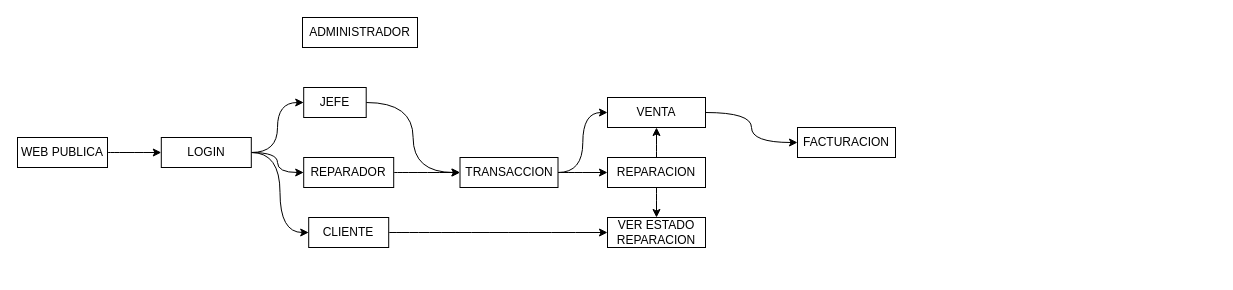
SOFT-cRONOS/RepaReg keeps this draw.io diagram as funciones_programa.drawio. Above is the earlier version. Source tidied: cells renumbered, new cells numbered last; positions are measured from the earlier drawing's top-left corner, leaving out a move shared by most shapes. Both pictures are drawn from the tidied source at 100%, with x=0, y=0 at pixel (17, 17).
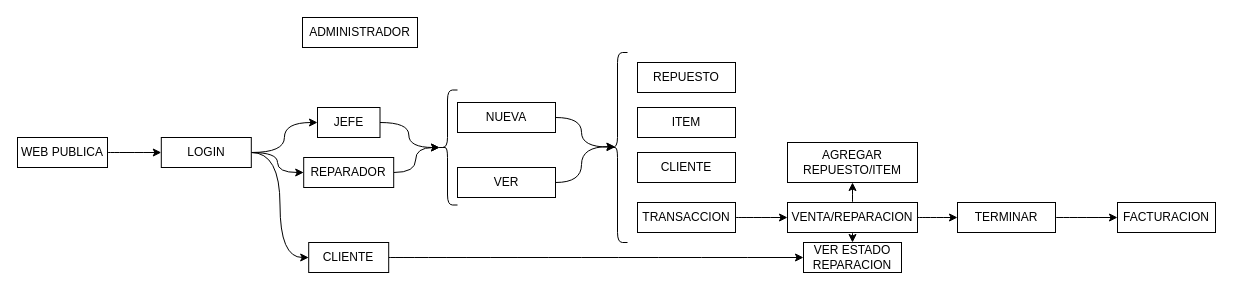
After the change.

Unchanged cells that the change refers to:
```xml
<mxCell id="9" value="REPARADOR" style="rounded=0;whiteSpace=wrap;html=1;" parent="1" vertex="1">
  <mxGeometry x="286.2" y="140" width="90" height="30" as="geometry" />
</mxCell>
```

The edit, as a diff of the source:
```diff
@@
     <mxCell id="7" value="CLIENTE" style="rounded=0;whiteSpace=wrap;html=1;" parent="1" vertex="1">
-      <mxGeometry x="291.2" y="200" width="80" height="30" as="geometry" />
+      <mxGeometry x="291.2" y="225" width="80" height="30" as="geometry" />
     </mxCell>
-    <mxCell id="8" style="edgeStyle=orthogonalEdgeStyle;shape=connector;curved=1;rounded=0;jettySize=auto;html=1;exitX=1;exitY=0.5;exitDx=0;exitDy=0;entryX=0;entryY=0.5;entryDx=0;entryDy=0;labelBackgroundColor=default;strokeColor=default;fontFamily=Helvetica;fontSize=11;fontColor=default;endArrow=classic;" parent="1" edge="1" source="9" target="17">
-      <mxGeometry relative="1" as="geometry" />
-    </mxCell>
+    <mxCell id="25" style="edgeStyle=orthogonalEdgeStyle;shape=connector;curved=1;rounded=0;jettySize=auto;html=1;exitX=1;exitY=0.5;exitDx=0;exitDy=0;labelBackgroundColor=default;strokeColor=default;fontFamily=Helvetica;fontSize=11;fontColor=default;endArrow=classic;entryX=0.1;entryY=0.5;entryDx=0;entryDy=0;entryPerimeter=0;" parent="1" edge="1" source="9" target="40">
+      <mxGeometry relative="1" as="geometry" />
+    </mxCell>
@@
-    <mxCell id="11" style="edgeStyle=orthogonalEdgeStyle;shape=connector;curved=1;rounded=0;jettySize=auto;html=1;exitX=1;exitY=0.5;exitDx=0;exitDy=0;entryX=0;entryY=0.5;entryDx=0;entryDy=0;labelBackgroundColor=default;strokeColor=default;fontFamily=Helvetica;fontSize=11;fontColor=default;endArrow=classic;" parent="1" edge="1" source="12" target="17">
-      <mxGeometry relative="1" as="geometry" />
-    </mxCell>
+    <mxCell id="26" style="edgeStyle=orthogonalEdgeStyle;shape=connector;curved=1;rounded=0;jettySize=auto;html=1;exitX=1;exitY=0.5;exitDx=0;exitDy=0;entryX=0.1;entryY=0.5;entryDx=0;entryDy=0;entryPerimeter=0;labelBackgroundColor=default;strokeColor=default;fontFamily=Helvetica;fontSize=11;fontColor=default;endArrow=classic;" parent="1" edge="1" source="12" target="40">
+      <mxGeometry relative="1" as="geometry" />
+    </mxCell>
     <mxCell id="12" value="JEFE" style="rounded=0;whiteSpace=wrap;html=1;" parent="1" vertex="1">
-      <mxGeometry x="286.2" y="70" width="62.5" height="30" as="geometry" />
+      <mxGeometry x="300" y="90" width="62.5" height="30" as="geometry" />
     </mxCell>
@@
-    <mxCell id="15" style="edgeStyle=orthogonalEdgeStyle;shape=connector;curved=1;rounded=0;jettySize=auto;html=1;exitX=1;exitY=0.5;exitDx=0;exitDy=0;entryX=0;entryY=0.5;entryDx=0;entryDy=0;labelBackgroundColor=default;strokeColor=default;fontFamily=Helvetica;fontSize=11;fontColor=default;endArrow=classic;" parent="1" edge="1" source="17" target="24">
+    <mxCell id="15" style="edgeStyle=orthogonalEdgeStyle;shape=connector;curved=1;rounded=0;jettySize=auto;html=1;entryX=0;entryY=0.5;entryDx=0;entryDy=0;labelBackgroundColor=default;strokeColor=default;fontFamily=Helvetica;fontSize=11;fontColor=default;endArrow=classic;" parent="1" edge="1" source="17" target="24">
       <mxGeometry relative="1" as="geometry" />
     </mxCell>
-    <mxCell id="16" style="edgeStyle=orthogonalEdgeStyle;shape=connector;curved=1;rounded=0;jettySize=auto;html=1;exitX=1;exitY=0.5;exitDx=0;exitDy=0;entryX=0;entryY=0.5;entryDx=0;entryDy=0;labelBackgroundColor=default;strokeColor=default;fontFamily=Helvetica;fontSize=11;fontColor=default;endArrow=classic;" parent="1" edge="1" source="17" target="19">
-      <mxGeometry relative="1" as="geometry" />
-    </mxCell>
     <mxCell id="17" value="TRANSACCION" style="rounded=0;whiteSpace=wrap;html=1;" parent="1" vertex="1">
-      <mxGeometry x="442.5" y="140" width="98" height="30" as="geometry" />
+      <mxGeometry x="620" y="185" width="98" height="30" as="geometry" />
     </mxCell>
-    <mxCell id="18" style="edgeStyle=orthogonalEdgeStyle;shape=connector;curved=1;rounded=0;jettySize=auto;html=1;exitX=1;exitY=0.5;exitDx=0;exitDy=0;entryX=0;entryY=0.5;entryDx=0;entryDy=0;labelBackgroundColor=default;strokeColor=default;fontFamily=Helvetica;fontSize=11;fontColor=default;endArrow=classic;" parent="1" edge="1" source="19" target="21">
-      <mxGeometry relative="1" as="geometry" />
-    </mxCell>
-    <mxCell id="19" value="VENTA" style="rounded=0;whiteSpace=wrap;html=1;" parent="1" vertex="1">
-      <mxGeometry x="590" y="80" width="98" height="30" as="geometry" />
-    </mxCell>
     <mxCell id="20" value="VER ESTADO REPARACION" style="rounded=0;whiteSpace=wrap;html=1;" parent="1" vertex="1">
-      <mxGeometry x="590" y="200" width="98" height="30" as="geometry" />
+      <mxGeometry x="786" y="225" width="98" height="30" as="geometry" />
     </mxCell>
     <mxCell id="21" value="FACTURACION" style="rounded=0;whiteSpace=wrap;html=1;" parent="1" vertex="1">
-      <mxGeometry x="780" y="110" width="98" height="30" as="geometry" />
+      <mxGeometry x="1100" y="185" width="98" height="30" as="geometry" />
     </mxCell>
@@
-    <mxCell id="23" style="edgeStyle=orthogonalEdgeStyle;shape=connector;curved=1;rounded=0;jettySize=auto;html=1;exitX=0.5;exitY=0;exitDx=0;exitDy=0;entryX=0.5;entryY=1;entryDx=0;entryDy=0;labelBackgroundColor=default;strokeColor=default;fontFamily=Helvetica;fontSize=11;fontColor=default;endArrow=classic;" parent="1" edge="1" source="24" target="19">
-      <mxGeometry relative="1" as="geometry" />
-    </mxCell>
+    <mxCell id="27" style="edgeStyle=orthogonalEdgeStyle;shape=connector;curved=1;rounded=0;jettySize=auto;html=1;exitX=1;exitY=0.5;exitDx=0;exitDy=0;entryX=0;entryY=0.5;entryDx=0;entryDy=0;labelBackgroundColor=default;strokeColor=default;fontFamily=Helvetica;fontSize=11;fontColor=default;endArrow=classic;" parent="1" edge="1" source="24" target="34">
+      <mxGeometry relative="1" as="geometry" />
+    </mxCell>
+    <mxCell id="28" style="edgeStyle=orthogonalEdgeStyle;shape=connector;curved=1;rounded=0;jettySize=auto;html=1;exitX=0.5;exitY=0;exitDx=0;exitDy=0;entryX=0.5;entryY=1;entryDx=0;entryDy=0;labelBackgroundColor=default;strokeColor=default;fontFamily=Helvetica;fontSize=11;fontColor=default;endArrow=classic;" parent="1" edge="1" source="24" target="35">
+      <mxGeometry relative="1" as="geometry" />
+    </mxCell>
-    <mxCell id="24" value="REPARACION" style="rounded=0;whiteSpace=wrap;html=1;" parent="1" vertex="1">
-      <mxGeometry x="590" y="140" width="98" height="30" as="geometry" />
+    <mxCell id="24" value="VENTA/REPARACION" style="rounded=0;whiteSpace=wrap;html=1;" parent="1" vertex="1">
+      <mxGeometry x="770" y="185" width="130" height="30" as="geometry" />
     </mxCell>
+    <mxCell id="29" style="edgeStyle=orthogonalEdgeStyle;shape=connector;curved=1;rounded=0;jettySize=auto;html=1;exitX=1;exitY=0.5;exitDx=0;exitDy=0;entryX=0.379;entryY=0.498;entryDx=0;entryDy=0;entryPerimeter=0;labelBackgroundColor=default;strokeColor=default;fontFamily=Helvetica;fontSize=11;fontColor=default;endArrow=classic;" parent="1" edge="1" source="30" target="39">
+      <mxGeometry relative="1" as="geometry" />
+    </mxCell>
+    <mxCell id="30" value="NUEVA" style="rounded=0;whiteSpace=wrap;html=1;" parent="1" vertex="1">
+      <mxGeometry x="440" y="85" width="98" height="30" as="geometry" />
+    </mxCell>
+    <mxCell id="31" style="edgeStyle=orthogonalEdgeStyle;shape=connector;curved=1;rounded=0;jettySize=auto;html=1;exitX=1;exitY=0.5;exitDx=0;exitDy=0;labelBackgroundColor=default;strokeColor=default;fontFamily=Helvetica;fontSize=11;fontColor=default;endArrow=classic;entryX=0.37;entryY=0.495;entryDx=0;entryDy=0;entryPerimeter=0;" parent="1" edge="1" source="32" target="39">
+      <mxGeometry relative="1" as="geometry" />
+    </mxCell>
+    <mxCell id="32" value="VER" style="rounded=0;whiteSpace=wrap;html=1;" parent="1" vertex="1">
+      <mxGeometry x="440" y="150" width="98" height="30" as="geometry" />
+    </mxCell>
+    <mxCell id="33" style="edgeStyle=orthogonalEdgeStyle;shape=connector;curved=1;rounded=0;jettySize=auto;html=1;exitX=1;exitY=0.5;exitDx=0;exitDy=0;entryX=0;entryY=0.5;entryDx=0;entryDy=0;labelBackgroundColor=default;strokeColor=default;fontFamily=Helvetica;fontSize=11;fontColor=default;endArrow=classic;" parent="1" edge="1" source="34" target="21">
+      <mxGeometry relative="1" as="geometry" />
+    </mxCell>
+    <mxCell id="34" value="TERMINAR" style="rounded=0;whiteSpace=wrap;html=1;" parent="1" vertex="1">
+      <mxGeometry x="940" y="185" width="98" height="30" as="geometry" />
+    </mxCell>
+    <mxCell id="35" value="AGREGAR REPUESTO/ITEM" style="rounded=0;whiteSpace=wrap;html=1;" parent="1" vertex="1">
+      <mxGeometry x="770" y="125" width="130" height="40" as="geometry" />
+    </mxCell>
+    <mxCell id="36" value="CLIENTE" style="rounded=0;whiteSpace=wrap;html=1;" parent="1" vertex="1">
+      <mxGeometry x="620" y="135" width="98" height="30" as="geometry" />
+    </mxCell>
+    <mxCell id="37" value="ITEM" style="rounded=0;whiteSpace=wrap;html=1;" parent="1" vertex="1">
+      <mxGeometry x="620" y="90" width="98" height="30" as="geometry" />
+    </mxCell>
+    <mxCell id="38" value="REPUESTO" style="rounded=0;whiteSpace=wrap;html=1;" parent="1" vertex="1">
+      <mxGeometry x="620" y="45" width="98" height="30" as="geometry" />
+    </mxCell>
+    <mxCell id="39" style="shape=curlyBracket;whiteSpace=wrap;html=1;rounded=1;labelPosition=left;verticalLabelPosition=middle;align=right;verticalAlign=middle;fontFamily=Helvetica;fontSize=11;fontColor=default;curved=1;" parent="1" vertex="1">
+      <mxGeometry x="590" y="35" width="20" height="190" as="geometry" />
+    </mxCell>
+    <mxCell id="40" style="shape=curlyBracket;whiteSpace=wrap;html=1;rounded=1;labelPosition=left;verticalLabelPosition=middle;align=right;verticalAlign=middle;fontFamily=Helvetica;fontSize=11;fontColor=default;curved=1;" parent="1" vertex="1">
+      <mxGeometry x="420" y="72.5" width="20" height="115" as="geometry" />
+    </mxCell>
```
